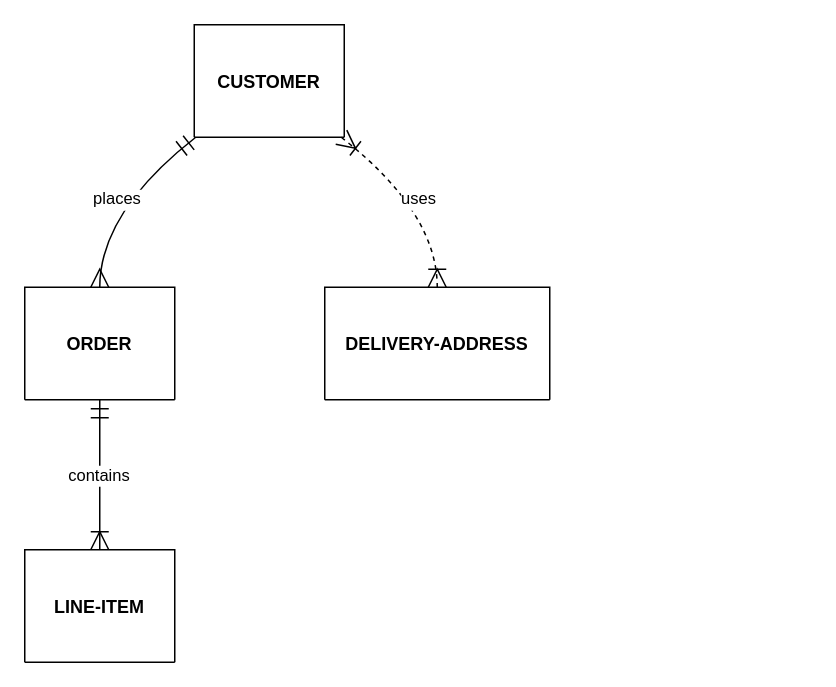
Before: Diagrama sem nome.drawio in alfredo-allan/king-barbearia-dados, a draw.io diagram. Source tidied: cells renumbered, new cells numbered last; positions are measured from the earlier drawing's top-left corner, leaving out a move shared by most shapes. Both pictures are drawn from the tidied source at 150%, with x=0, y=0 at pixel (24, 24).
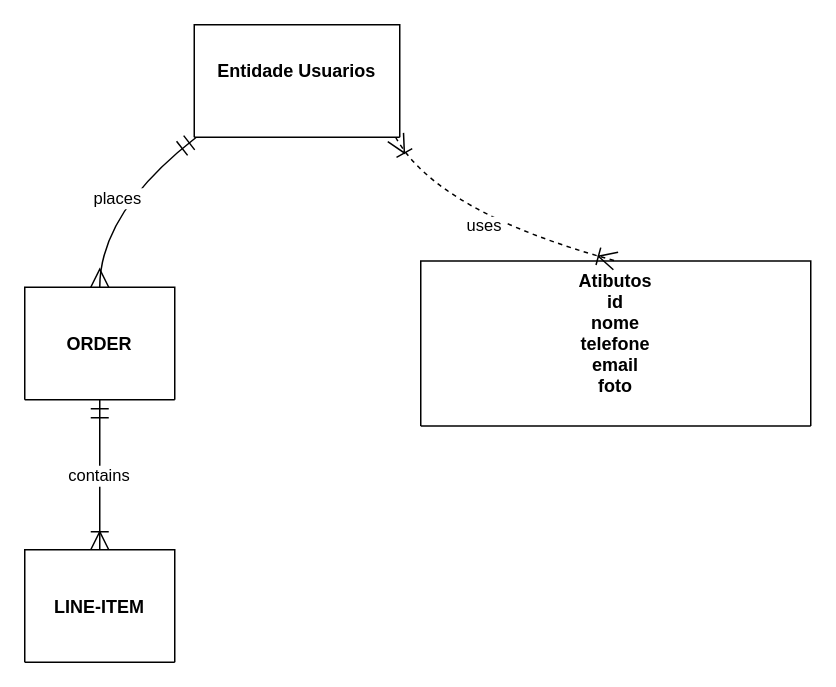
After the change.

Change to the diagram source:
```diff
@@
 <mxGraphModel>
   <root>
     <mxCell id="0" />
     <mxCell id="1" parent="0" />
-    <mxCell id="2" value="CUSTOMER" style="shape=table;startSize=75;childLayout=tableLayout;rowLines=1;fontStyle=1;align=center;" parent="1" vertex="1">
-      <mxGeometry x="113" width="100" height="75" as="geometry" />
+    <mxCell id="2" value="Entidade Usuarios&#10;" style="shape=table;startSize=75;childLayout=tableLayout;rowLines=1;fontStyle=1;align=center;" parent="1" vertex="1">
+      <mxGeometry x="113" width="137" height="75" as="geometry" />
     </mxCell>
     <mxCell id="3" value="ORDER" style="shape=table;startSize=75;childLayout=tableLayout;rowLines=1;fontStyle=1;align=center;" parent="1" vertex="1">
       <mxGeometry y="175" width="100" height="75" as="geometry" />
     </mxCell>
     <mxCell id="4" value="LINE-ITEM" style="shape=table;startSize=75;childLayout=tableLayout;rowLines=1;fontStyle=1;align=center;" parent="1" vertex="1">
       <mxGeometry y="350" width="100" height="75" as="geometry" />
     </mxCell>
-    <mxCell id="5" value="DELIVERY-ADDRESS" style="shape=table;startSize=75;childLayout=tableLayout;rowLines=1;fontStyle=1;align=center;" parent="1" vertex="1">
-      <mxGeometry x="200" y="175" width="150" height="75" as="geometry" />
+    <mxCell id="5" value="Atibutos&#10;id&#10;nome&#10;telefone&#10;email&#10;foto&#10;" style="shape=table;startSize=110;childLayout=tableLayout;rowLines=1;fontStyle=1;align=center;verticalAlign=middle;labelBackgroundColor=none;fontSize=12;" parent="1" vertex="1">
+      <mxGeometry x="264" y="157.5" width="260" height="110" as="geometry" />
     </mxCell>
     <mxCell id="6" value="places" style="curved=1;startArrow=ERmandOne;startSize=10;endArrow=ERmany;endSize=10;exitX=0.01;exitY=1;entryX=0.5;entryY=0;" parent="1" edge="1" source="2" target="3">
       <mxGeometry relative="1" as="geometry">
         <Array as="points">
           <mxPoint x="50" y="125" />
         </Array>
       </mxGeometry>
     </mxCell>
     <mxCell id="7" value="contains" style="curved=1;startArrow=ERmandOne;startSize=10;endArrow=ERoneToMany;endSize=10;exitX=0.5;exitY=1;entryX=0.5;entryY=0;" parent="1" edge="1" source="3" target="4">
       <mxGeometry relative="1" as="geometry" />
     </mxCell>
     <mxCell id="8" value="uses" style="curved=1;dashed=1;startArrow=ERoneToMany;startSize=10;endArrow=ERoneToMany;endSize=10;exitX=0.98;exitY=1;entryX=0.5;entryY=0;" parent="1" edge="1" source="2" target="5">
       <mxGeometry relative="1" as="geometry">
         <Array as="points">
           <mxPoint x="275" y="125" />
         </Array>
       </mxGeometry>
     </mxCell>
   </root>
 </mxGraphModel>
```
